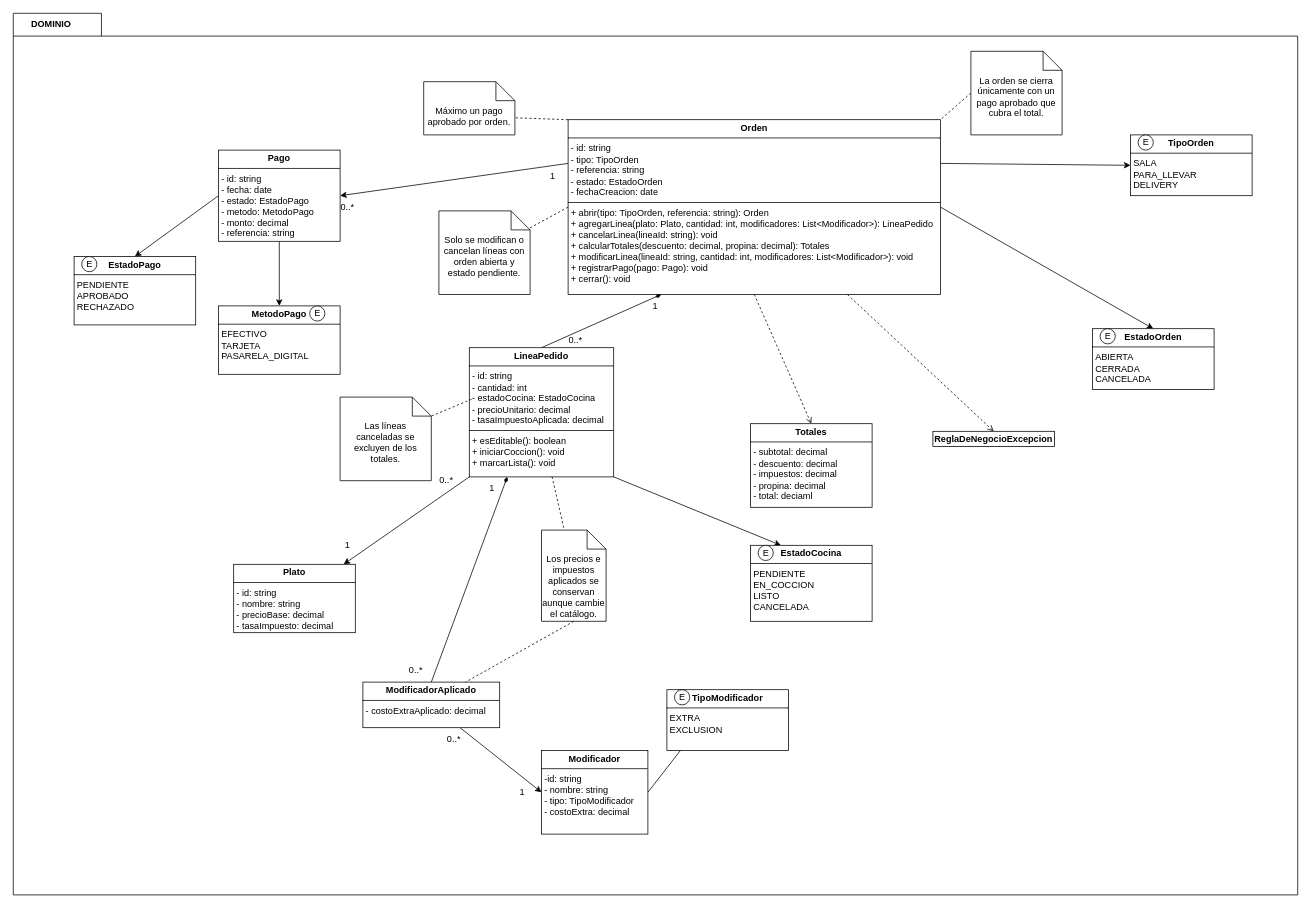
The draw.io diagram diagrama_clases_dominio_as.drawio in JahirFz/Mapas, before the edit. Source tidied: cells renumbered, new cells numbered last; positions are measured from the earlier drawing's top-left corner, leaving out a move shared by most shapes. Both pictures are drawn from the tidied source at 76%, with x=0, y=0 at pixel (13, 13).
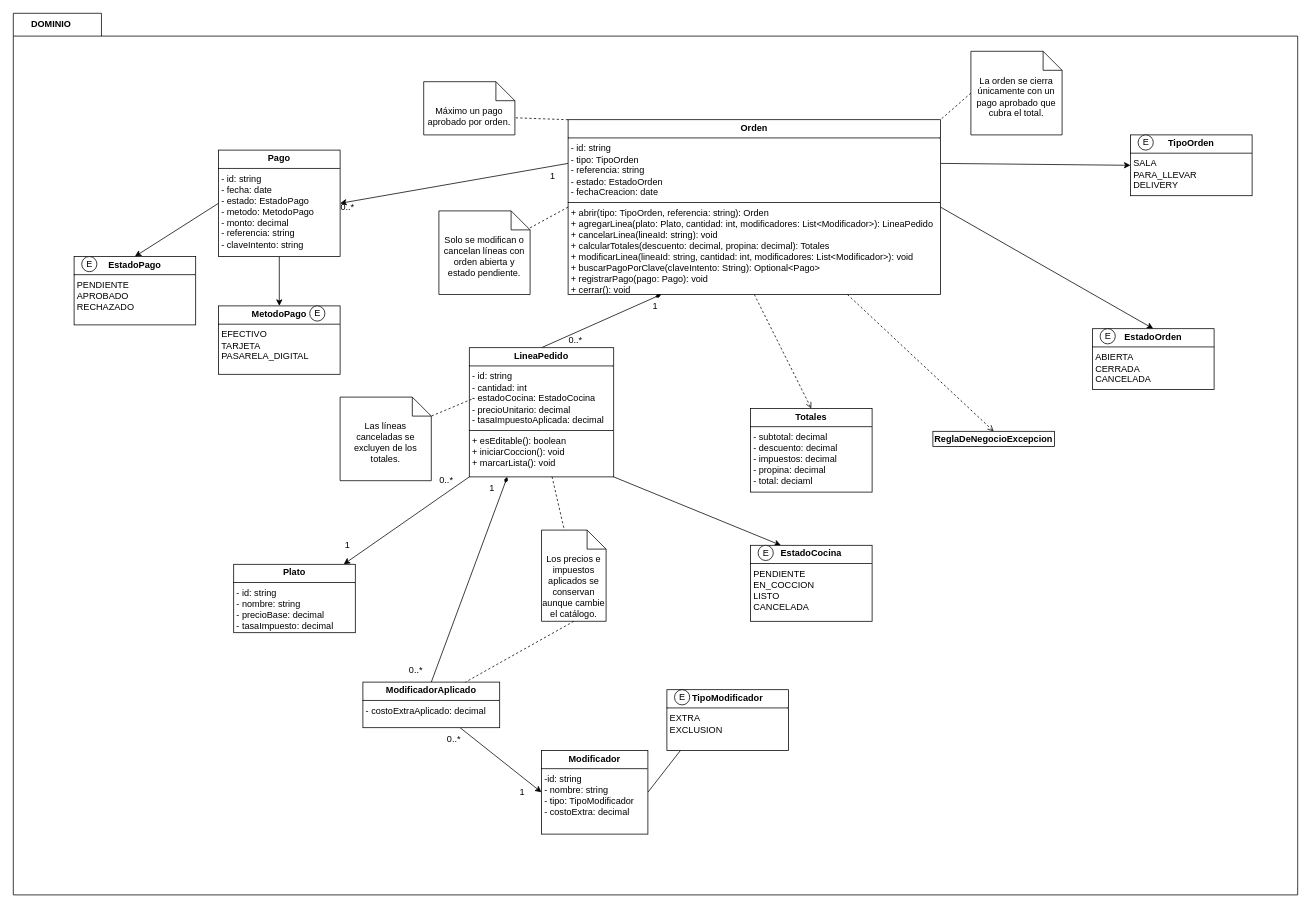
After the change.

What changed in the source:
```diff
@@
-    <mxCell id="5" value="&lt;p style=&quot;margin:0px;margin-top:4px;text-align:center;&quot;&gt;&lt;b&gt;Pago&lt;/b&gt;&lt;/p&gt;&lt;hr size=&quot;1&quot; style=&quot;border-style:solid;&quot;&gt;&lt;p style=&quot;margin:0px;margin-left:4px;&quot;&gt;- id: string&lt;/p&gt;&lt;p style=&quot;margin:0px;margin-left:4px;&quot;&gt;- fecha: date&lt;/p&gt;&lt;p style=&quot;margin:0px;margin-left:4px;&quot;&gt;- estado: EstadoPago&lt;/p&gt;&lt;p style=&quot;margin:0px;margin-left:4px;&quot;&gt;- metodo: MetodoPago&lt;/p&gt;&lt;p style=&quot;margin:0px;margin-left:4px;&quot;&gt;- monto: decimal&lt;/p&gt;&lt;p style=&quot;margin:0px;margin-left:4px;&quot;&gt;- referencia: string&lt;/p&gt;&lt;p style=&quot;margin:0px;margin-left:4px;&quot;&gt;&lt;br&gt;&lt;/p&gt;" style="verticalAlign=top;align=left;overflow=fill;html=1;whiteSpace=wrap;" parent="1" vertex="1">
-      <mxGeometry x="270" y="180" width="160" height="120" as="geometry" />
+    <mxCell id="5" value="&lt;p style=&quot;margin:0px;margin-top:4px;text-align:center;&quot;&gt;&lt;b&gt;Pago&lt;/b&gt;&lt;/p&gt;&lt;hr size=&quot;1&quot; style=&quot;border-style:solid;&quot;&gt;&lt;p style=&quot;margin:0px;margin-left:4px;&quot;&gt;- id: string&lt;/p&gt;&lt;p style=&quot;margin:0px;margin-left:4px;&quot;&gt;- fecha: date&lt;/p&gt;&lt;p style=&quot;margin:0px;margin-left:4px;&quot;&gt;- estado: EstadoPago&lt;/p&gt;&lt;p style=&quot;margin:0px;margin-left:4px;&quot;&gt;- metodo: MetodoPago&lt;/p&gt;&lt;p style=&quot;margin:0px;margin-left:4px;&quot;&gt;- monto: decimal&lt;/p&gt;&lt;p style=&quot;margin:0px;margin-left:4px;&quot;&gt;- referencia: string&lt;/p&gt;&lt;p style=&quot;margin:0px;margin-left:4px;&quot;&gt;- claveIntento: string&lt;/p&gt;&lt;p style=&quot;margin:0px;margin-left:4px;&quot;&gt;&lt;br&gt;&lt;/p&gt;&lt;p style=&quot;margin:0px;margin-left:4px;&quot;&gt;&lt;br&gt;&lt;/p&gt;" style="verticalAlign=top;align=left;overflow=fill;html=1;whiteSpace=wrap;" parent="1" vertex="1">
+      <mxGeometry x="270" y="180" width="160" height="140" as="geometry" />
     </mxCell>
@@
-    <mxCell id="11" value="&lt;p style=&quot;margin:0px;margin-top:4px;text-align:center;&quot;&gt;&lt;b&gt;Orden&lt;/b&gt;&lt;/p&gt;&lt;hr size=&quot;1&quot; style=&quot;border-style:solid;&quot;&gt;&lt;p style=&quot;margin:0px;margin-left:4px;&quot;&gt;- id: string&lt;/p&gt;&lt;p style=&quot;margin:0px;margin-left:4px;&quot;&gt;- tipo: TipoOrden&lt;/p&gt;&lt;p style=&quot;margin:0px;margin-left:4px;&quot;&gt;- referencia: string&lt;/p&gt;&lt;p style=&quot;margin:0px;margin-left:4px;&quot;&gt;- estado: EstadoOrden&lt;/p&gt;&lt;p style=&quot;margin:0px;margin-left:4px;&quot;&gt;- fechaCreacion: date&lt;/p&gt;&lt;hr size=&quot;1&quot; style=&quot;border-style:solid;&quot;&gt;&lt;p style=&quot;margin:0px;margin-left:4px;&quot;&gt;+ abrir(tipo: TipoOrden, referencia: string): Orden&lt;/p&gt;&lt;p style=&quot;margin:0px;margin-left:4px;&quot;&gt;+ agregarLinea(plato: Plato, cantidad: int, modificadores: List&amp;lt;Modificador&amp;gt;): LineaPedido&lt;/p&gt;&lt;p style=&quot;margin:0px;margin-left:4px;&quot;&gt;+ cancelarLinea(lineaId: string): void&lt;/p&gt;&lt;p style=&quot;margin:0px;margin-left:4px;&quot;&gt;+ calcularTotales(descuento: decimal, propina: decimal): Totales&lt;/p&gt;&lt;p style=&quot;margin:0px;margin-left:4px;&quot;&gt;&lt;span style=&quot;background-color: transparent; color: light-dark(rgb(0, 0, 0), rgb(255, 255, 255));&quot;&gt;+ modificarLinea(lineaId: string, cantidad: int, modificadores: List&amp;lt;Modificador&amp;gt;): void&lt;/span&gt;&lt;/p&gt;&lt;p style=&quot;margin:0px;margin-left:4px;&quot;&gt;+ registrarPago(pago: Pago): void&lt;/p&gt;&lt;p style=&quot;margin:0px;margin-left:4px;&quot;&gt;+ cerrar(): void&lt;/p&gt;" style="verticalAlign=top;align=left;overflow=fill;html=1;whiteSpace=wrap;" parent="1" vertex="1">
+    <mxCell id="11" value="&lt;p style=&quot;margin:0px;margin-top:4px;text-align:center;&quot;&gt;&lt;b&gt;Orden&lt;/b&gt;&lt;/p&gt;&lt;hr size=&quot;1&quot; style=&quot;border-style:solid;&quot;&gt;&lt;p style=&quot;margin:0px;margin-left:4px;&quot;&gt;- id: string&lt;/p&gt;&lt;p style=&quot;margin:0px;margin-left:4px;&quot;&gt;- tipo: TipoOrden&lt;/p&gt;&lt;p style=&quot;margin:0px;margin-left:4px;&quot;&gt;- referencia: string&lt;/p&gt;&lt;p style=&quot;margin:0px;margin-left:4px;&quot;&gt;- estado: EstadoOrden&lt;/p&gt;&lt;p style=&quot;margin:0px;margin-left:4px;&quot;&gt;- fechaCreacion: date&lt;/p&gt;&lt;hr size=&quot;1&quot; style=&quot;border-style:solid;&quot;&gt;&lt;p style=&quot;margin:0px;margin-left:4px;&quot;&gt;+ abrir(tipo: TipoOrden, referencia: string): Orden&lt;/p&gt;&lt;p style=&quot;margin:0px;margin-left:4px;&quot;&gt;+ agregarLinea(plato: Plato, cantidad: int, modificadores: List&amp;lt;Modificador&amp;gt;): LineaPedido&lt;/p&gt;&lt;p style=&quot;margin:0px;margin-left:4px;&quot;&gt;+ cancelarLinea(lineaId: string): void&lt;/p&gt;&lt;p style=&quot;margin:0px;margin-left:4px;&quot;&gt;+ calcularTotales(descuento: decimal, propina: decimal): Totales&lt;/p&gt;&lt;p style=&quot;margin:0px;margin-left:4px;&quot;&gt;&lt;span style=&quot;background-color: transparent; color: light-dark(rgb(0, 0, 0), rgb(255, 255, 255));&quot;&gt;+ modificarLinea(lineaId: string, cantidad: int, modificadores: List&amp;lt;Modificador&amp;gt;): void&lt;/span&gt;&lt;/p&gt;&lt;p style=&quot;margin:0px;margin-left:4px;&quot;&gt;+ &lt;span style=&quot;background-color: transparent;&quot;&gt;buscarPagoPorClave(claveIntento: String): Optional&amp;lt;Pago&amp;gt;&lt;/span&gt;&lt;span style=&quot;background-color: transparent; color: light-dark(rgb(0, 0, 0), rgb(255, 255, 255));&quot;&gt;&lt;/span&gt;&lt;/p&gt;&lt;p style=&quot;margin:0px;margin-left:4px;&quot;&gt;+ registrarPago(pago: Pago): void&lt;/p&gt;&lt;p style=&quot;margin:0px;margin-left:4px;&quot;&gt;+ cerrar(): void&lt;/p&gt;" style="verticalAlign=top;align=left;overflow=fill;html=1;whiteSpace=wrap;" parent="1" vertex="1">
       <mxGeometry x="730" y="140" width="490" height="230" as="geometry" />
     </mxCell>
@@
     <mxCell id="20" value="&lt;p style=&quot;margin:0px;margin-top:4px;text-align:center;&quot;&gt;&lt;b&gt;Totales&lt;/b&gt;&lt;/p&gt;&lt;hr size=&quot;1&quot; style=&quot;border-style:solid;&quot;&gt;&lt;p style=&quot;margin:0px;margin-left:4px;&quot;&gt;- subtotal: decimal&lt;/p&gt;&lt;p style=&quot;margin:0px;margin-left:4px;&quot;&gt;- descuento: decimal&lt;/p&gt;&lt;p style=&quot;margin:0px;margin-left:4px;&quot;&gt;- impuestos: decimal&lt;/p&gt;&lt;p style=&quot;margin:0px;margin-left:4px;&quot;&gt;- propina: decimal&lt;/p&gt;&lt;p style=&quot;margin:0px;margin-left:4px;&quot;&gt;- total: deciaml&lt;/p&gt;" style="verticalAlign=top;align=left;overflow=fill;html=1;whiteSpace=wrap;" parent="1" vertex="1">
-      <mxGeometry x="970" y="540" width="160" height="110" as="geometry" />
+      <mxGeometry x="970" y="520" width="160" height="110" as="geometry" />
     </mxCell>
```
